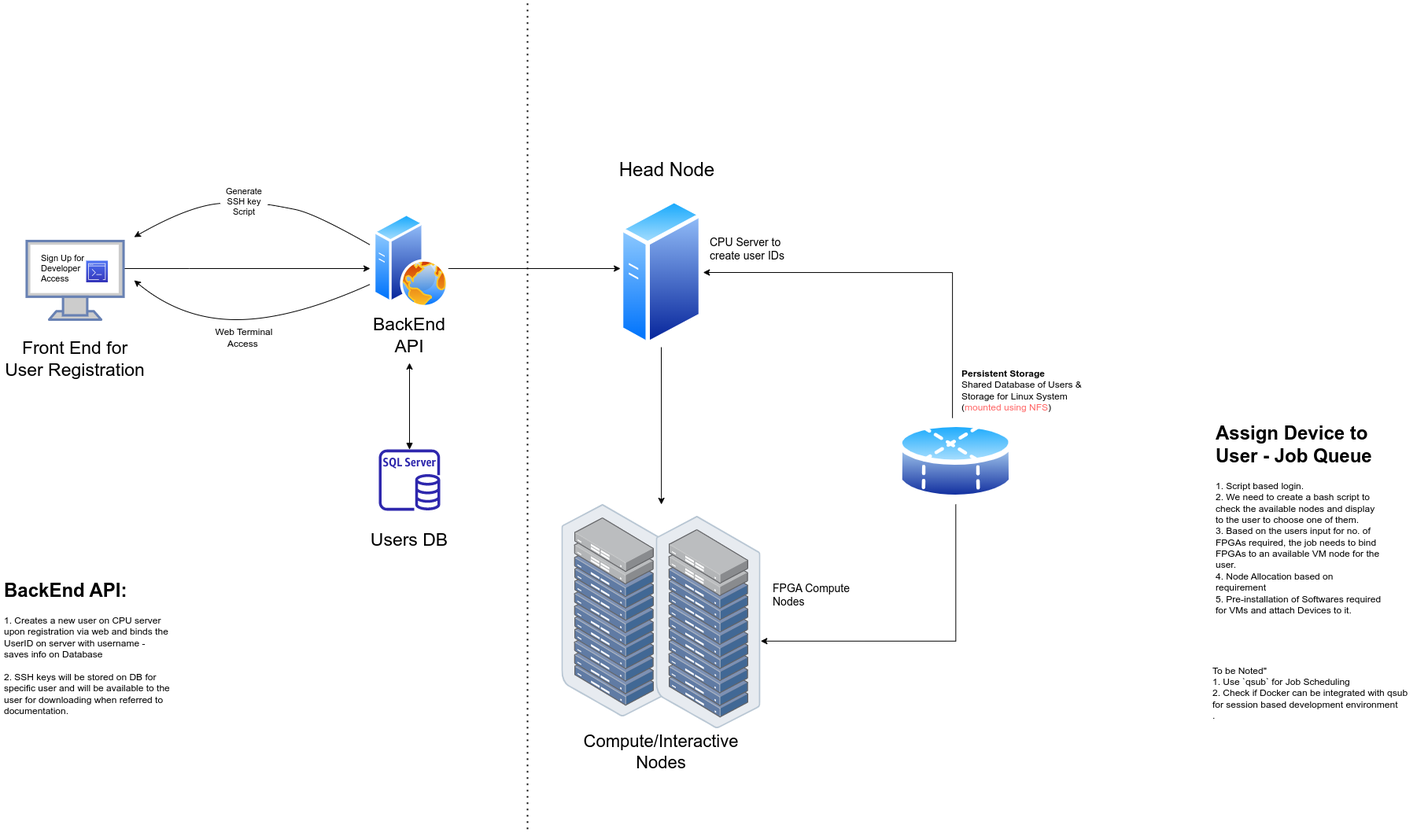
Earlier version of the draw.io export Intel DevCloud Flow.drawio.png (belanasaikiran/FlowCharts). Source tidied: cells renumbered, new cells last; positions are measured from the earlier drawing's top-left corner, leaving out a move shared by most shapes.
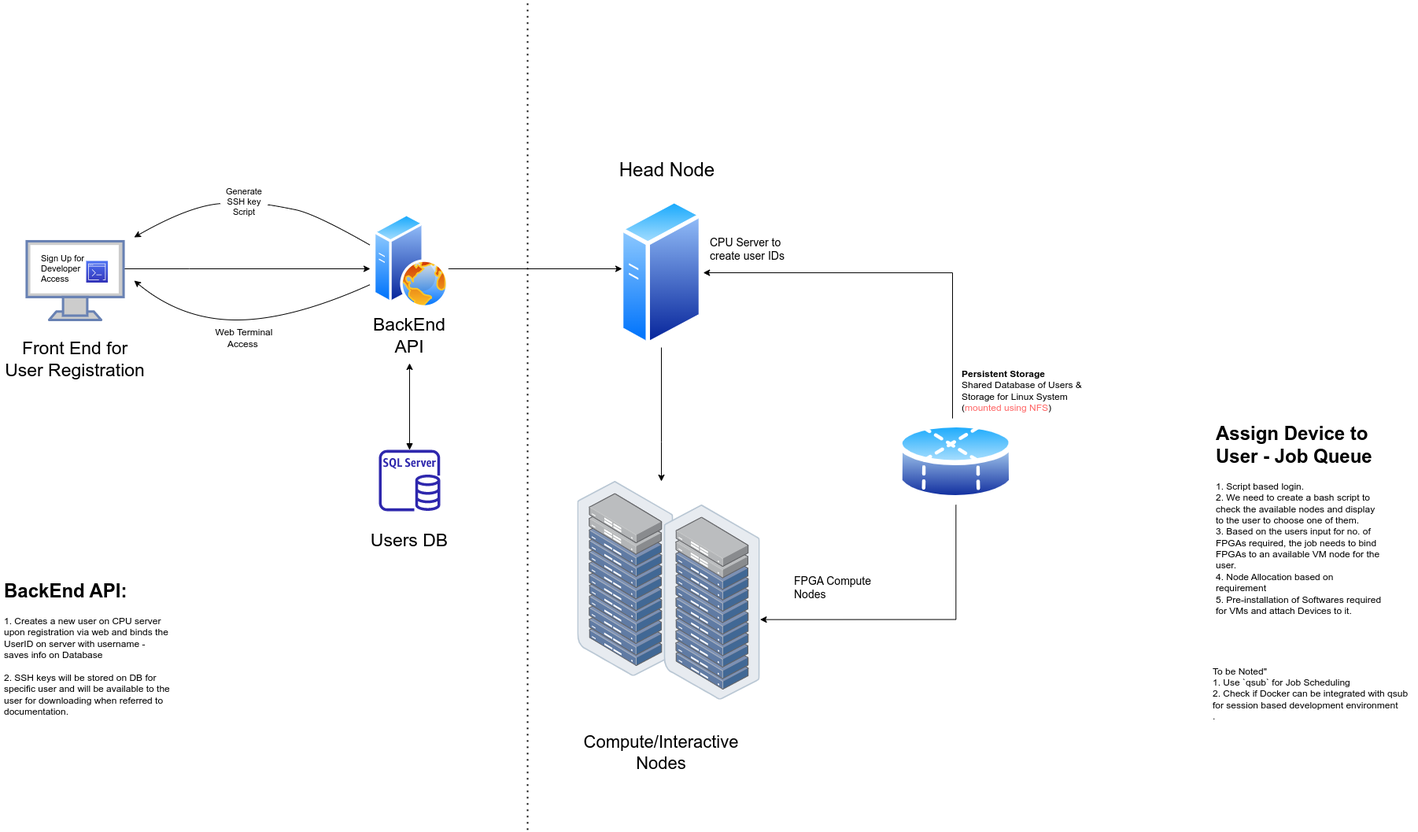
The same file after the commit.

The edit, as a diff of the source:
```diff
@@ -36,9 +36,6 @@
         <mxPoint x="520" y="460" as="targetPoint" />
       </mxGeometry>
     </mxCell>
-    <mxCell id="9" value="FPGA Compute Nodes" style="text;html=1;strokeColor=none;fillColor=none;align=left;verticalAlign=middle;whiteSpace=wrap;rounded=0;fontSize=14;" parent="1" vertex="1">
-      <mxGeometry x="980" y="740" width="120" height="30" as="geometry" />
-    </mxCell>
     <mxCell id="10" style="edgeStyle=orthogonalEdgeStyle;rounded=0;jettySize=auto;html=1;fontSize=23;" parent="1" edge="1" source="6" target="18">
       <mxGeometry relative="1" as="geometry">
         <Array as="points">
@@ -66,14 +63,17 @@
       <mxGeometry x="14" width="96" height="120" as="geometry" />
     </mxCell>
     <mxCell id="17" style="group;" parent="1" vertex="1">
-      <mxGeometry x="713.4" y="640" width="253.2" height="285" as="geometry" />
+      <mxGeometry x="733.4" y="610" width="666.6" height="440" as="geometry" />
     </mxCell>
     <mxCell id="18" style="points=[];html=1;align=center;shadow=0;dashed=0;image;image=img/lib/allied_telesis/storage/Datacenter_Server_Rack_ToR.svg;fontSize=11;" parent="17" vertex="1">
-      <mxGeometry width="133.2" height="270" as="geometry" />
+      <mxGeometry width="122.2" height="247.7" as="geometry" />
     </mxCell>
     <mxCell id="19" style="points=[];html=1;align=center;shadow=0;dashed=0;image;image=img/lib/allied_telesis/storage/Datacenter_Server_Rack_ToR.svg;fontSize=11;" parent="17" vertex="1">
-      <mxGeometry x="120" y="15" width="133.2" height="270" as="geometry" />
+      <mxGeometry x="110.1" y="30" width="122.2" height="247.7" as="geometry" />
     </mxCell>
+    <mxCell id="9" value="FPGA Compute Nodes" style="text;html=1;strokeColor=none;fillColor=none;align=left;verticalAlign=middle;whiteSpace=wrap;rounded=0;fontSize=14;" parent="17" vertex="1">
+      <mxGeometry x="273.3" y="120" width="120" height="30" as="geometry" />
+    </mxCell>
     <mxCell id="20" style="curved=1;endArrow=classic;html=1;rounded=0;fontSize=11;fontColor=default;startArrow=none;" parent="1" edge="1" source="22">
       <mxGeometry relative="1" as="geometry">
         <mxPoint x="170" y="300" as="targetPoint" />
```
